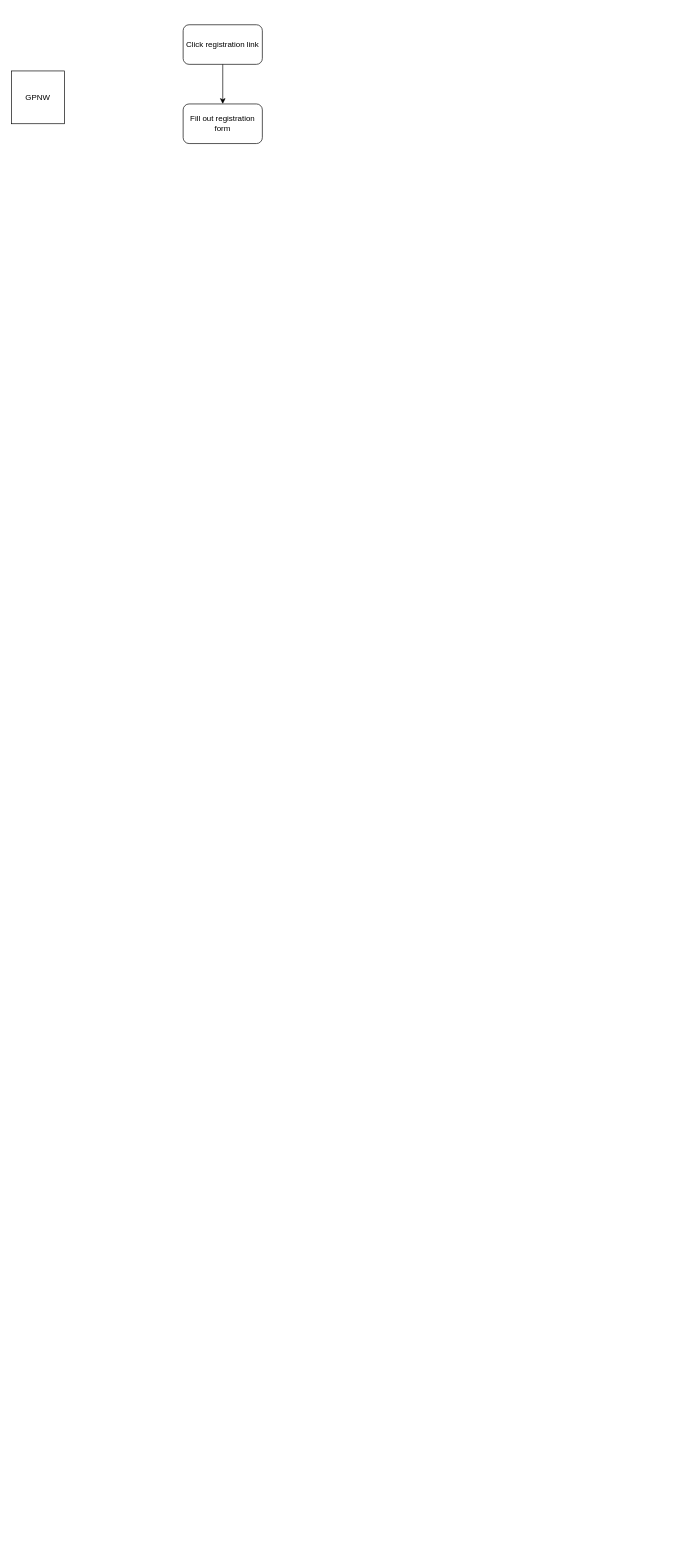
This is Untitled Diagram.drawio from Go-Play-NW/gpnw-diagrams, a draw.io file, before an edit. Source tidied: cells renumbered, new cells numbered last; positions are measured from the earlier drawing's top-left corner, leaving out a move shared by most shapes. Both pictures are drawn from the tidied source at 66%, with x=0, y=0 at pixel (11, 24).
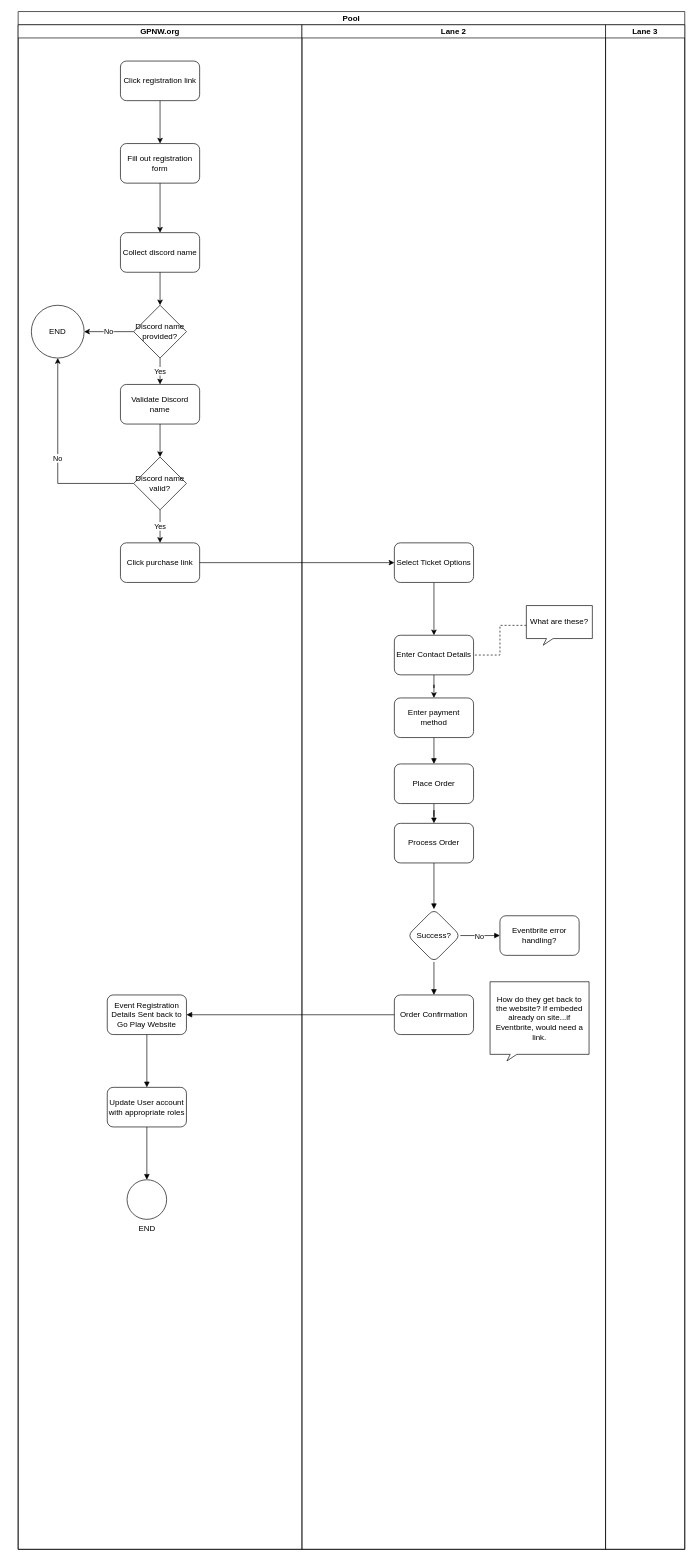
The same page after the edit.

The edit, as a diff of the source:
```diff
@@
+    <mxCell id="6" value="Pool" style="swimlane;startSize=20;" parent="1" vertex="1">
+      <mxGeometry x="10" y="-20" width="1010" height="2330" as="geometry" />
+    </mxCell>
+    <mxCell id="7" value="GPNW.org" style="swimlane;startSize=20;" parent="6" vertex="1">
+      <mxGeometry y="20" width="430" height="2310" as="geometry" />
+    </mxCell>
+    <mxCell id="4" style="endArrow=classic;html=1;rounded=0;" parent="7" edge="1" source="2" target="3">
+      <mxGeometry relative="1" as="geometry" />
+    </mxCell>
+    <mxCell id="3" value="&lt;div&gt;Fill out registration form&lt;/div&gt;" style="rounded=1;whiteSpace=wrap;html=1;" parent="7" vertex="1">
+      <mxGeometry x="155" y="180" width="120" height="60" as="geometry" />
+    </mxCell>
+    <mxCell id="8" value="Collect discord name" style="rounded=1;whiteSpace=wrap;html=1;" parent="7" vertex="1">
+      <mxGeometry x="155" y="315" width="120" height="60" as="geometry" />
+    </mxCell>
+    <mxCell id="9" style="edgeStyle=orthogonalEdgeStyle;rounded=0;jettySize=auto;html=1;" parent="7" edge="1" source="3" target="8">
+      <mxGeometry relative="1" as="geometry" />
+    </mxCell>
+    <mxCell id="10" value="Discord name provided?" style="rhombus;whiteSpace=wrap;html=1;" parent="7" vertex="1">
+      <mxGeometry x="175" y="425" width="80" height="80" as="geometry" />
+    </mxCell>
+    <mxCell id="11" style="edgeStyle=orthogonalEdgeStyle;rounded=0;jettySize=auto;html=1;" parent="7" edge="1" source="8" target="10">
+      <mxGeometry relative="1" as="geometry" />
+    </mxCell>
+    <mxCell id="12" value="&lt;div&gt;Validate Discord name&lt;/div&gt;" style="rounded=1;whiteSpace=wrap;html=1;" parent="7" vertex="1">
+      <mxGeometry x="155" y="545" width="120" height="60" as="geometry" />
+    </mxCell>
+    <mxCell id="13" value="&lt;div&gt;Yes&lt;/div&gt;" style="edgeStyle=orthogonalEdgeStyle;rounded=0;jettySize=auto;html=1;" parent="7" edge="1" source="10" target="12">
+      <mxGeometry relative="1" as="geometry" />
+    </mxCell>
+    <mxCell id="14" value="END" style="ellipse;whiteSpace=wrap;html=1;" parent="7" vertex="1">
+      <mxGeometry x="20" y="425" width="80" height="80" as="geometry" />
+    </mxCell>
+    <mxCell id="15" value="No" style="edgeStyle=orthogonalEdgeStyle;rounded=0;jettySize=auto;html=1;exitX=0;exitY=0.5;exitDx=0;exitDy=0;" parent="7" edge="1" source="10" target="14">
+      <mxGeometry relative="1" as="geometry" />
+    </mxCell>
+    <mxCell id="16" value="Click purchase link" style="rounded=1;whiteSpace=wrap;html=1;" parent="7" vertex="1">
+      <mxGeometry x="155" y="785" width="120" height="60" as="geometry" />
+    </mxCell>
+    <mxCell id="17" value="&lt;div&gt;No&lt;/div&gt;" style="edgeStyle=orthogonalEdgeStyle;rounded=0;jettySize=auto;html=1;" parent="7" edge="1" source="18" target="14">
+      <mxGeometry relative="1" as="geometry">
+        <Array as="points">
+          <mxPoint x="60" y="695" />
+        </Array>
+      </mxGeometry>
+    </mxCell>
+    <mxCell id="18" value="Discord name valid?" style="rhombus;whiteSpace=wrap;html=1;" parent="7" vertex="1">
+      <mxGeometry x="175" y="655" width="80" height="80" as="geometry" />
+    </mxCell>
+    <mxCell id="19" style="edgeStyle=orthogonalEdgeStyle;rounded=0;jettySize=auto;html=1;" parent="7" edge="1" source="12" target="18">
+      <mxGeometry relative="1" as="geometry" />
+    </mxCell>
+    <mxCell id="20" value="&lt;div&gt;Yes&lt;/div&gt;" style="edgeStyle=orthogonalEdgeStyle;rounded=0;jettySize=auto;html=1;" parent="7" edge="1" source="18" target="16">
+      <mxGeometry relative="1" as="geometry" />
+    </mxCell>
-    <mxCell id="2" value="&lt;div&gt;Click registration link&lt;/div&gt;" style="rounded=1;whiteSpace=wrap;html=1;" parent="1" vertex="1">
-      <mxGeometry x="260" width="120" height="60" as="geometry" />
+    <mxCell id="2" value="&lt;div&gt;Click registration link&lt;/div&gt;" style="rounded=1;whiteSpace=wrap;html=1;" parent="7" vertex="1">
+      <mxGeometry x="155" y="55" width="120" height="60" as="geometry" />
     </mxCell>
-    <mxCell id="3" value="&lt;div&gt;Fill out registration form&lt;/div&gt;" style="rounded=1;whiteSpace=wrap;html=1;" parent="1" vertex="1">
-      <mxGeometry x="260" y="120" width="120" height="60" as="geometry" />
-    </mxCell>
-    <mxCell id="4" style="endArrow=classic;html=1;rounded=0;" parent="1" edge="1" source="2" target="3">
-      <mxGeometry relative="1" as="geometry" />
-    </mxCell>
-    <mxCell id="5" value="GPNW" style="whiteSpace=wrap;html=1;" parent="1" vertex="1">
-      <mxGeometry y="70" width="80" height="80" as="geometry" />
-    </mxCell>
+    <mxCell id="21" style="edgeStyle=orthogonalEdgeStyle;rounded=0;jettySize=auto;html=1;endArrow=block;endFill=1;" parent="7" edge="1" source="22" target="24">
+      <mxGeometry relative="1" as="geometry" />
+    </mxCell>
+    <mxCell id="22" value="Event Registration Details Sent back to Go Play Website" style="rounded=1;whiteSpace=wrap;html=1;" parent="7" vertex="1">
+      <mxGeometry x="135" y="1470" width="120" height="60" as="geometry" />
+    </mxCell>
+    <mxCell id="23" style="edgeStyle=orthogonalEdgeStyle;rounded=0;jettySize=auto;html=1;exitX=0.5;exitY=1;exitDx=0;exitDy=0;entryX=0.5;entryY=0;entryDx=0;entryDy=0;entryPerimeter=0;endArrow=block;endFill=1;" parent="7" edge="1" source="24" target="25">
+      <mxGeometry relative="1" as="geometry" />
+    </mxCell>
+    <mxCell id="24" value="Update User account with appropriate roles" style="whiteSpace=wrap;html=1;rounded=1;" parent="7" vertex="1">
+      <mxGeometry x="135" y="1610" width="120" height="60" as="geometry" />
+    </mxCell>
+    <mxCell id="25" value="END" style="verticalLabelPosition=bottom;verticalAlign=top;html=1;shape=mxgraph.flowchart.on-page_reference;" parent="7" vertex="1">
+      <mxGeometry x="165" y="1750" width="60" height="60" as="geometry" />
+    </mxCell>
+    <mxCell id="26" value="Lane 2" style="swimlane;startSize=20;" parent="6" vertex="1">
+      <mxGeometry x="430" y="20" width="460" height="2310" as="geometry" />
+    </mxCell>
+    <mxCell id="27" style="edgeStyle=orthogonalEdgeStyle;rounded=0;jettySize=auto;html=1;" parent="26" edge="1" source="28" target="30">
+      <mxGeometry relative="1" as="geometry" />
+    </mxCell>
+    <mxCell id="28" value="Select Ticket Options" style="rounded=1;whiteSpace=wrap;html=1;" parent="26" vertex="1">
+      <mxGeometry x="140" y="785" width="120" height="60" as="geometry" />
+    </mxCell>
+    <mxCell id="29" style="edgeStyle=orthogonalEdgeStyle;rounded=0;jettySize=auto;html=1;" parent="26" edge="1" source="30" target="32">
+      <mxGeometry relative="1" as="geometry" />
+    </mxCell>
+    <mxCell id="30" value="Enter Contact Details" style="whiteSpace=wrap;html=1;rounded=1;" parent="26" vertex="1">
+      <mxGeometry x="140" y="925" width="120" height="60" as="geometry" />
+    </mxCell>
+    <mxCell id="31" style="edgeStyle=orthogonalEdgeStyle;rounded=0;jettySize=auto;html=1;endArrow=block;endFill=1;" parent="26" edge="1" source="32" target="36">
+      <mxGeometry relative="1" as="geometry" />
+    </mxCell>
+    <mxCell id="32" value="Enter payment method" style="whiteSpace=wrap;html=1;rounded=1;" parent="26" vertex="1">
+      <mxGeometry x="140" y="1020" width="120" height="60" as="geometry" />
+    </mxCell>
+    <mxCell id="33" style="edgeStyle=orthogonalEdgeStyle;rounded=0;jettySize=auto;html=1;endArrow=none;endFill=0;dashed=1;" parent="26" edge="1" source="34" target="30">
+      <mxGeometry relative="1" as="geometry" />
+    </mxCell>
+    <mxCell id="34" value="What are these?" style="whiteSpace=wrap;html=1;shape=mxgraph.basic.rectCallout;dx=35.56;dy=10;boundedLbl=1;" parent="26" vertex="1">
+      <mxGeometry x="340" y="880" width="100" height="60" as="geometry" />
+    </mxCell>
+    <mxCell id="35" style="edgeStyle=orthogonalEdgeStyle;rounded=0;jettySize=auto;html=1;endArrow=block;endFill=1;" parent="26" edge="1" source="36" target="38">
+      <mxGeometry relative="1" as="geometry" />
+    </mxCell>
+    <mxCell id="36" value="Place Order" style="whiteSpace=wrap;html=1;rounded=1;" parent="26" vertex="1">
+      <mxGeometry x="140" y="1120" width="120" height="60" as="geometry" />
+    </mxCell>
+    <mxCell id="37" style="edgeStyle=orthogonalEdgeStyle;rounded=0;jettySize=auto;html=1;endArrow=block;endFill=1;" parent="26" edge="1" source="38" target="42">
+      <mxGeometry relative="1" as="geometry" />
+    </mxCell>
+    <mxCell id="38" value="Process Order" style="whiteSpace=wrap;html=1;rounded=1;" parent="26" vertex="1">
+      <mxGeometry x="140" y="1210" width="120" height="60" as="geometry" />
+    </mxCell>
+    <mxCell id="39" style="edgeStyle=orthogonalEdgeStyle;rounded=0;jettySize=auto;html=1;endArrow=block;endFill=1;" parent="26" edge="1" source="42" target="43">
+      <mxGeometry relative="1" as="geometry" />
+    </mxCell>
+    <mxCell id="40" value="No" style="edgeLabel;html=1;align=center;verticalAlign=middle;" parent="39" vertex="1">
+      <mxGeometry x="-0.06" relative="1" as="geometry" />
+    </mxCell>
+    <mxCell id="41" style="edgeStyle=orthogonalEdgeStyle;rounded=0;jettySize=auto;html=1;endArrow=block;endFill=1;" parent="26" edge="1" source="42" target="44">
+      <mxGeometry relative="1" as="geometry" />
+    </mxCell>
+    <mxCell id="42" value="Success?" style="rhombus;whiteSpace=wrap;html=1;rounded=1;" parent="26" vertex="1">
+      <mxGeometry x="160" y="1340" width="80" height="80" as="geometry" />
+    </mxCell>
+    <mxCell id="43" value="Eventbrite error handling?" style="whiteSpace=wrap;html=1;rounded=1;" parent="26" vertex="1">
+      <mxGeometry x="300" y="1350" width="120" height="60" as="geometry" />
+    </mxCell>
+    <mxCell id="44" value="Order Confirmation" style="whiteSpace=wrap;html=1;rounded=1;" parent="26" vertex="1">
+      <mxGeometry x="140" y="1470" width="120" height="60" as="geometry" />
+    </mxCell>
+    <mxCell id="45" value="How do they get back to the website? If embeded already on site...if Eventbrite, would need a link." style="whiteSpace=wrap;html=1;shape=mxgraph.basic.rectCallout;dx=35.56;dy=10;boundedLbl=1;" parent="26" vertex="1">
+      <mxGeometry x="285" y="1450" width="150" height="120" as="geometry" />
+    </mxCell>
+    <mxCell id="46" value="Lane 3" style="swimlane;startSize=20;" parent="6" vertex="1">
+      <mxGeometry x="890" y="20" width="120" height="2310" as="geometry" />
+    </mxCell>
+    <mxCell id="47" style="edgeStyle=orthogonalEdgeStyle;rounded=0;jettySize=auto;html=1;exitX=1;exitY=0.5;exitDx=0;exitDy=0;entryX=0;entryY=0.5;entryDx=0;entryDy=0;" parent="6" edge="1" source="16" target="28">
+      <mxGeometry relative="1" as="geometry" />
+    </mxCell>
+    <mxCell id="48" style="edgeStyle=orthogonalEdgeStyle;rounded=0;jettySize=auto;html=1;endArrow=block;endFill=1;" parent="6" edge="1" source="44" target="22">
+      <mxGeometry relative="1" as="geometry" />
+    </mxCell>
```
